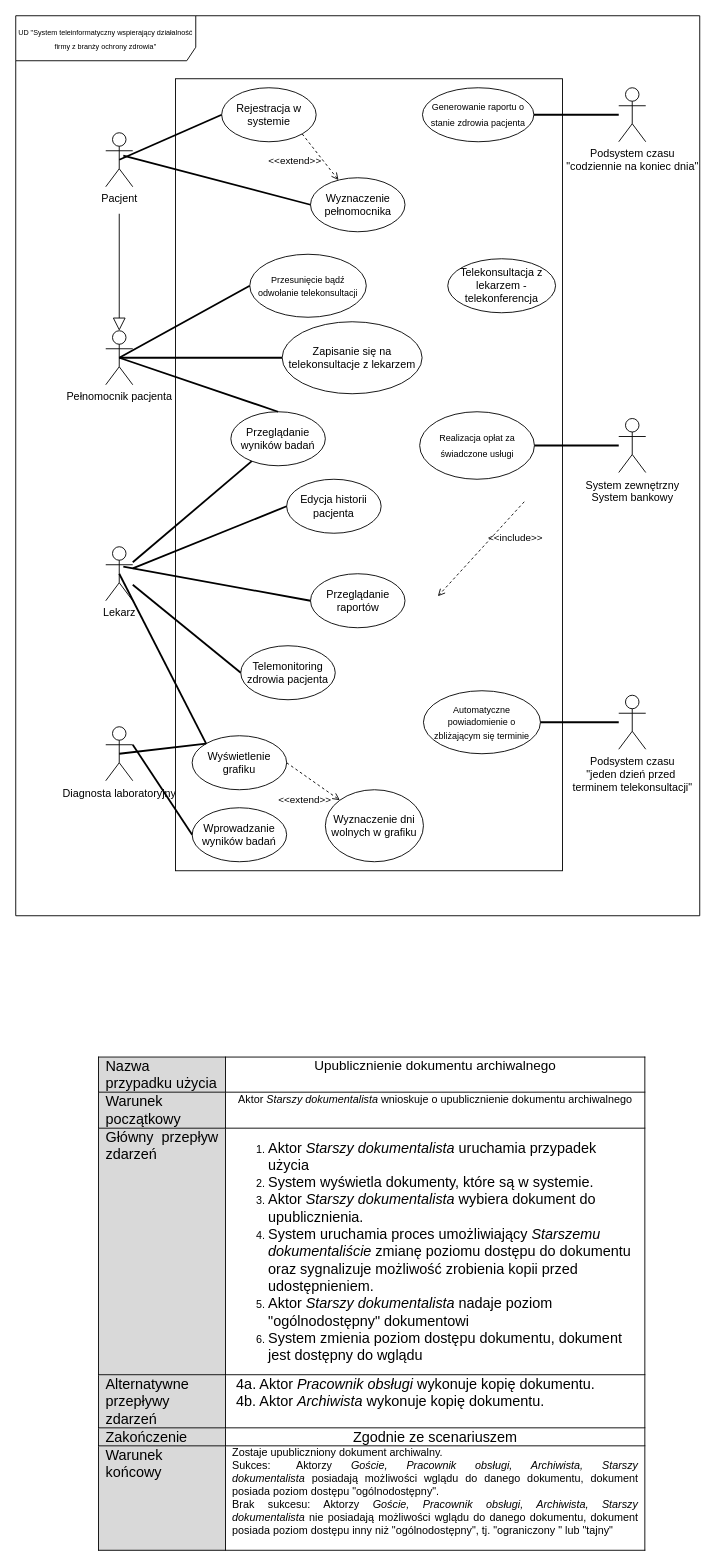
Earlier version of the draw.io diagram du_mateusz_nowacki_z1_2024.drawio (mateusz-nowacki/uml-projects). Source tidied: cells renumbered, new cells numbered last; positions are measured from the earlier drawing's top-left corner, leaving out a move shared by most shapes. Both pictures are drawn from the tidied source at 90%, with x=0, y=0 at pixel (15, 15).
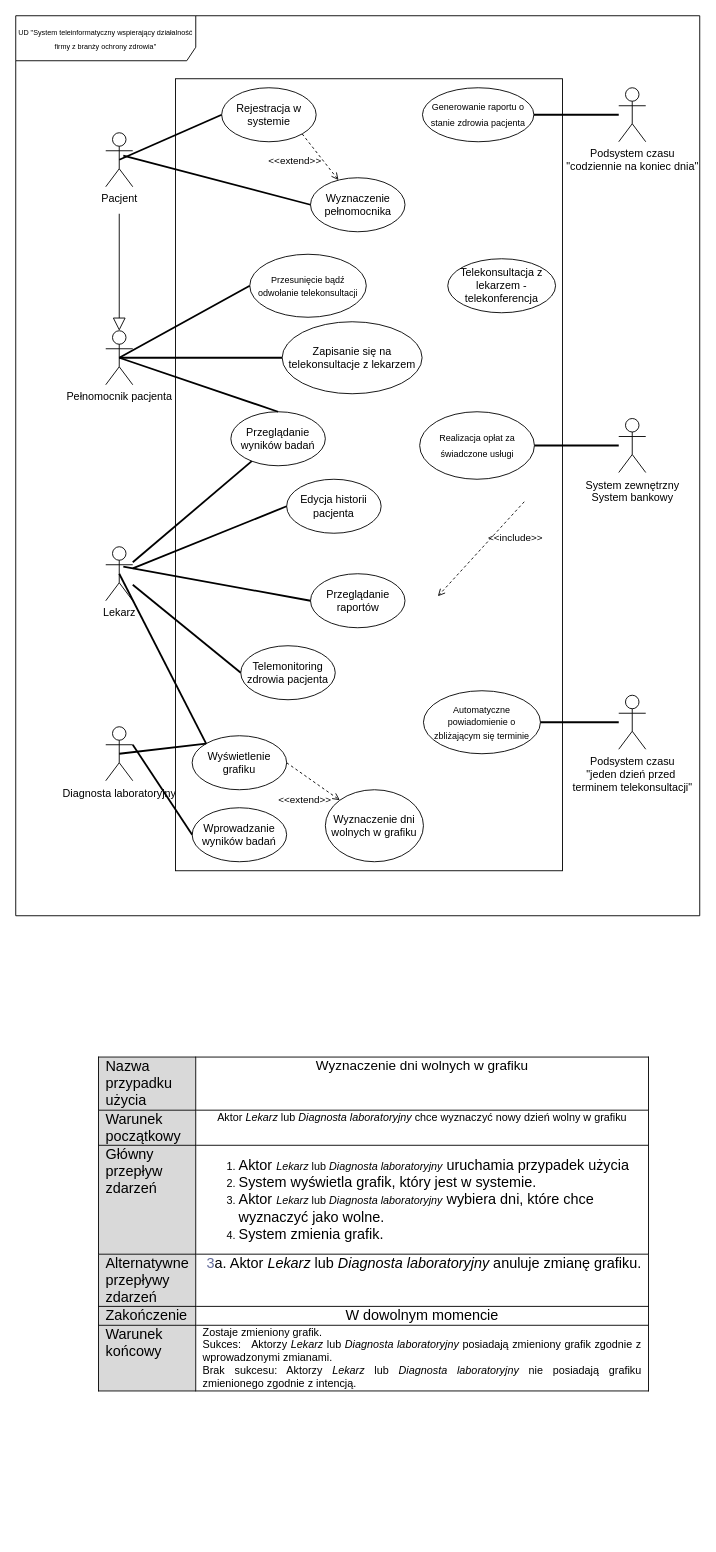
Above is the later version.

The edit, as a diff of the source:
```diff
@@
-    <mxCell id="46" value="&lt;table style=&quot;caret-color: rgb(0, 0, 0); color: rgb(0, 0, 0); font-style: normal; font-variant-caps: normal; font-weight: 400; letter-spacing: normal; text-transform: none; word-spacing: 0px; -webkit-text-stroke-width: 0px; text-decoration: none; border-collapse: collapse;&quot; cellpadding=&quot;0&quot; cellspacing=&quot;0&quot; border=&quot;0&quot; class=&quot;MsoNormalTable&quot;&gt;&lt;tbody&gt;&lt;tr&gt;&lt;td style=&quot;width: 99pt; border: 1pt solid black; background: rgb(217, 217, 217); padding: 0cm 5.4pt;&quot; valign=&quot;top&quot; width=&quot;132&quot;&gt;&lt;p style=&quot;margin: 0cm; font-size: 12pt; font-family: Calibri, sans-serif; text-align: justify;&quot; class=&quot;MsoNormal&quot;&gt;&lt;span style=&quot;font-family: Poppins; color: black;&quot;&gt;Nazwa przypadku użycia&lt;/span&gt;&lt;span style=&quot;font-size: 10pt; font-family: Poppins; color: rgb(100, 108, 154);&quot;&gt;&lt;/span&gt;&lt;/p&gt;&lt;/td&gt;&lt;td style=&quot;text-align: center; width: 354pt; border-width: 1pt 1pt 1pt medium; border-style: solid solid solid none; border-color: black black black currentcolor; border-image: none; padding: 0cm 5.4pt;&quot; valign=&quot;top&quot; width=&quot;472&quot;&gt;&lt;span style=&quot;font-size: 15px;&quot;&gt;Upublicznienie dokumentu archiwalnego&lt;/span&gt;&lt;/td&gt;&lt;/tr&gt;&lt;tr&gt;&lt;td style=&quot;width: 99pt; border-width: medium 1pt 1pt; border-style: none solid solid; border-color: currentcolor black black; border-image: none; background: rgb(217, 217, 217); padding: 0cm 5.4pt;&quot; valign=&quot;top&quot; width=&quot;132&quot;&gt;&lt;p style=&quot;margin: 0cm; font-size: 12pt; font-family: Calibri, sans-serif; text-align: justify;&quot; class=&quot;MsoNormal&quot;&gt;&lt;span style=&quot;font-family: Poppins; color: black;&quot;&gt;Warunek początkowy&lt;/span&gt;&lt;span style=&quot;font-size: 10pt; font-family: Poppins; color: rgb(100, 108, 154);&quot;&gt;&lt;/span&gt;&lt;/p&gt;&lt;/td&gt;&lt;td style=&quot;text-align: center; width: 354pt; border-width: medium 1pt 1pt medium; border-style: none solid solid none; border-color: currentcolor black black currentcolor; padding: 0cm 5.4pt;&quot; valign=&quot;top&quot; width=&quot;472&quot;&gt;Aktor &lt;i&gt;Starszy dokumentalista&lt;/i&gt;&amp;nbsp;wnioskuje o upublicznienie dokumentu archiwalnego&lt;/td&gt;&lt;/tr&gt;&lt;tr&gt;&lt;td style=&quot;width: 99pt; border-width: medium 1pt 1pt; border-style: none solid solid; border-color: currentcolor black black; border-image: none; background: rgb(217, 217, 217); padding: 0cm 5.4pt;&quot; valign=&quot;top&quot; width=&quot;132&quot;&gt;&lt;p style=&quot;margin: 0cm; font-size: 12pt; font-family: Calibri, sans-serif; text-align: justify;&quot; class=&quot;MsoNormal&quot;&gt;&lt;span style=&quot;font-family: Poppins; color: black;&quot;&gt;Główny przepływ zdarzeń&lt;/span&gt;&lt;span style=&quot;font-size: 10pt; font-family: Poppins; color: rgb(100, 108, 154);&quot;&gt;&lt;/span&gt;&lt;/p&gt;&lt;/td&gt;&lt;td style=&quot;width: 354pt; border-width: medium 1pt 1pt medium; border-style: none solid solid none; border-color: currentcolor black black currentcolor; padding: 0cm 5.4pt;&quot; valign=&quot;top&quot; width=&quot;472&quot;&gt;&lt;ol&gt;&lt;li&gt;&lt;font size=&quot;3&quot; face=&quot;Poppins&quot;&gt;Aktor &lt;i&gt;Starszy dokumentalista&lt;/i&gt;&amp;nbsp;uruchamia przypadek użycia&lt;/font&gt;&lt;/li&gt;&lt;li&gt;&lt;font size=&quot;3&quot; face=&quot;Poppins&quot;&gt;System wyświetla dokumenty, które są w systemie.&lt;/font&gt;&lt;/li&gt;&lt;li&gt;&lt;font size=&quot;3&quot; face=&quot;Poppins&quot;&gt;Aktor&amp;nbsp;&lt;i&gt;Starszy dokumentalista&lt;/i&gt;&amp;nbsp;wybiera dokument do upublicznienia.&lt;/font&gt;&lt;/li&gt;&lt;li&gt;&lt;font size=&quot;3&quot; face=&quot;Poppins&quot;&gt;System uruchamia proces umożliwiający &lt;i&gt;Starszemu dokumentaliście&lt;/i&gt; zmianę poziomu dostępu do dokumentu oraz sygnalizuje możliwość zrobienia kopii przed udostępnieniem.&lt;/font&gt;&lt;/li&gt;&lt;li&gt;&lt;font size=&quot;3&quot; face=&quot;Poppins&quot;&gt;Aktor &lt;i&gt;Starszy dokumentalista&lt;/i&gt;&amp;nbsp;nadaje poziom &quot;ogólnodostępny&quot; dokumentowi&lt;/font&gt;&lt;/li&gt;&lt;li&gt;&lt;font size=&quot;3&quot; face=&quot;Poppins&quot;&gt;System zmienia poziom dostępu dokumentu, dokument jest dostępny do wglądu&lt;/font&gt;&lt;/li&gt;&lt;/ol&gt;&lt;/td&gt;&lt;/tr&gt;&lt;tr&gt;&lt;td style=&quot;width: 99pt; border-width: medium 1pt 1pt; border-style: none solid solid; border-color: currentcolor black black; border-image: none; background: rgb(217, 217, 217); padding: 0cm 5.4pt;&quot; valign=&quot;top&quot; width=&quot;132&quot;&gt;&lt;p style=&quot;margin: 0cm; font-size: 12pt; font-family: Calibri, sans-serif; text-align: justify;&quot; class=&quot;MsoNormal&quot;&gt;&lt;span style=&quot;font-family: Poppins; color: black;&quot;&gt;Alternatywne przepływy zdarzeń&lt;/span&gt;&lt;span style=&quot;font-size: 10pt; font-family: Poppins; color: rgb(100, 108, 154);&quot;&gt;&lt;/span&gt;&lt;/p&gt;&lt;/td&gt;&lt;td style=&quot;width: 354pt; border-width: medium 1pt 1pt medium; border-style: none solid solid none; border-color: currentcolor black black currentcolor; padding: 0cm 5.4pt;&quot; valign=&quot;top&quot; width=&quot;472&quot;&gt;&lt;div&gt;&lt;font size=&quot;3&quot; face=&quot;Poppins&quot;&gt;&lt;font style=&quot;white-space: pre;&quot; color=&quot;#646c9a&quot;&gt; &lt;/font&gt;&lt;font style=&quot;white-space: pre;&quot;&gt;4&lt;/font&gt;&lt;span style=&quot;white-space: pre;&quot;&gt;a. Aktor &lt;/span&gt;&lt;i style=&quot;white-space: pre;&quot;&gt;Pracownik obsługi&lt;/i&gt; &lt;span style=&quot;white-space: pre;&quot;&gt;wykonuje&lt;/span&gt;&amp;nbsp;kopię dokumentu&lt;span style=&quot;white-space: pre;&quot;&gt;.&lt;/span&gt;&lt;br&gt;&lt;/font&gt;&lt;/div&gt;&lt;div&gt;&lt;font size=&quot;3&quot; face=&quot;Poppins&quot;&gt;&lt;span style=&quot;white-space: pre;&quot;&gt;&lt;span style=&quot;white-space: pre;&quot;&gt; 4b. Aktor &lt;i&gt;Archiwista &lt;/i&gt;wykonuje kopię dokumentu.&lt;/span&gt;&lt;font color=&quot;#646c9a&quot;&gt;&lt;br&gt;&lt;/font&gt;&lt;/span&gt;&lt;/font&gt;&lt;/div&gt;&lt;/td&gt;&lt;/tr&gt;&lt;tr&gt;&lt;td style=&quot;width: 99pt; border-width: medium 1pt 1pt; border-style: none solid solid; border-color: currentcolor black black; border-image: none; background: rgb(217, 217, 217); padding: 0cm 5.4pt;&quot; valign=&quot;top&quot; width=&quot;132&quot;&gt;&lt;p style=&quot;margin: 0cm; font-size: 12pt; font-family: Calibri, sans-serif; text-align: justify;&quot; class=&quot;MsoNormal&quot;&gt;&lt;span style=&quot;font-family: Poppins; color: black;&quot;&gt;Zakończenie&lt;/span&gt;&lt;span style=&quot;font-size: 10pt; font-family: Poppins; color: rgb(100, 108, 154);&quot;&gt;&lt;/span&gt;&lt;/p&gt;&lt;/td&gt;&lt;td style=&quot;text-align: center; width: 354pt; border-width: medium 1pt 1pt medium; border-style: none solid solid none; border-color: currentcolor black black currentcolor; padding: 0cm 5.4pt;&quot; valign=&quot;top&quot; width=&quot;472&quot;&gt;&lt;font size=&quot;3&quot; face=&quot;Poppins&quot;&gt;Zgodnie ze scenariuszem&lt;/font&gt;&lt;/td&gt;&lt;/tr&gt;&lt;tr&gt;&lt;td style=&quot;width: 99pt; border-width: medium 1pt 1pt; border-style: none solid solid; border-color: currentcolor black black; border-image: none; background: rgb(217, 217, 217); padding: 0cm 5.4pt;&quot; valign=&quot;top&quot; width=&quot;132&quot;&gt;&lt;p style=&quot;margin: 0cm; font-size: 12pt; font-family: Calibri, sans-serif; text-align: justify;&quot; class=&quot;MsoNormal&quot;&gt;&lt;span style=&quot;font-family: Poppins; color: black;&quot;&gt;Warunek końcowy&lt;/span&gt;&lt;span style=&quot;font-size: 10pt; font-family: Poppins; color: rgb(100, 108, 154);&quot;&gt;&lt;/span&gt;&lt;/p&gt;&lt;/td&gt;&lt;td style=&quot;text-align: justify; width: 354pt; border-width: medium 1pt 1pt medium; border-style: none solid solid none; border-color: currentcolor black black currentcolor; padding: 0cm 5.4pt;&quot; valign=&quot;top&quot; width=&quot;472&quot;&gt;Zostaje upubliczniony dokument archiwalny.&lt;br&gt;Sukces:&lt;span style=&quot;white-space: pre;&quot;&gt;&#9;&lt;/span&gt;Aktorzy &lt;i&gt;Goście, Pracownik obsługi, Archiwista, Starszy dokumentalista&lt;/i&gt;&amp;nbsp;posiadają możliwości wglądu do danego dokumentu, dokument posiada poziom dostępu &quot;ogólnodostępny&quot;.&lt;br&gt;Brak sukcesu: Aktorzy&amp;nbsp;&lt;i&gt;Goście, Pracownik obsługi, Archiwista, Starszy dokumentalista&lt;/i&gt;&amp;nbsp;nie posiadają możliwości wglądu do danego dokumentu, dokument posiada poziom dostępu inny niż &quot;ogólnodostępny&quot;, tj. &quot;ograniczony &quot; lub &quot;tajny&quot;&lt;br&gt;&lt;br&gt;&lt;/td&gt;&lt;/tr&gt;&lt;/tbody&gt;&lt;/table&gt;" style="text;whiteSpace=wrap;html=1;" parent="1" vertex="1">
+    <mxCell id="46" value="&lt;table style=&quot;caret-color: rgb(0, 0, 0); color: rgb(0, 0, 0); font-style: normal; font-variant-caps: normal; font-weight: 400; letter-spacing: normal; text-transform: none; word-spacing: 0px; -webkit-text-stroke-width: 0px; text-decoration: none; border-collapse: collapse;&quot; cellpadding=&quot;0&quot; cellspacing=&quot;0&quot; border=&quot;0&quot; class=&quot;MsoNormalTable&quot;&gt;&lt;tbody&gt;&lt;tr&gt;&lt;td style=&quot;width: 99pt; border: 1pt solid black; background: rgb(217, 217, 217); padding: 0cm 5.4pt;&quot; valign=&quot;top&quot; width=&quot;132&quot;&gt;&lt;p style=&quot;margin: 0cm; font-size: 12pt; font-family: Calibri, sans-serif; text-align: justify;&quot; class=&quot;MsoNormal&quot;&gt;&lt;span style=&quot;font-family: Poppins; color: black;&quot;&gt;Nazwa przypadku użycia&lt;/span&gt;&lt;span style=&quot;font-size: 10pt; font-family: Poppins; color: rgb(100, 108, 154);&quot;&gt;&lt;/span&gt;&lt;/p&gt;&lt;/td&gt;&lt;td style=&quot;text-align: center; width: 354pt; border-width: 1pt 1pt 1pt medium; border-style: solid solid solid none; border-color: black black black currentcolor; border-image: none; padding: 0cm 5.4pt;&quot; valign=&quot;top&quot; width=&quot;472&quot;&gt;&lt;span style=&quot;font-size: 15px;&quot;&gt;Wyznaczenie dni wolnych w grafiku&lt;/span&gt;&lt;/td&gt;&lt;/tr&gt;&lt;tr&gt;&lt;td style=&quot;width: 99pt; border-width: medium 1pt 1pt; border-style: none solid solid; border-color: currentcolor black black; border-image: none; background: rgb(217, 217, 217); padding: 0cm 5.4pt;&quot; valign=&quot;top&quot; width=&quot;132&quot;&gt;&lt;p style=&quot;margin: 0cm; font-size: 12pt; font-family: Calibri, sans-serif; text-align: justify;&quot; class=&quot;MsoNormal&quot;&gt;&lt;span style=&quot;font-family: Poppins; color: black;&quot;&gt;Warunek początkowy&lt;/span&gt;&lt;span style=&quot;font-size: 10pt; font-family: Poppins; color: rgb(100, 108, 154);&quot;&gt;&lt;/span&gt;&lt;/p&gt;&lt;/td&gt;&lt;td style=&quot;text-align: center; width: 354pt; border-width: medium 1pt 1pt medium; border-style: none solid solid none; border-color: currentcolor black black currentcolor; padding: 0cm 5.4pt;&quot; valign=&quot;top&quot; width=&quot;472&quot;&gt;Aktor &lt;i&gt;Lekarz &lt;/i&gt;lub &lt;i&gt;Diagnosta laboratoryjny&lt;/i&gt;&amp;nbsp;chce wyznaczyć nowy dzień wolny w grafiku&lt;/td&gt;&lt;/tr&gt;&lt;tr&gt;&lt;td style=&quot;width: 99pt; border-width: medium 1pt 1pt; border-style: none solid solid; border-color: currentcolor black black; border-image: none; background: rgb(217, 217, 217); padding: 0cm 5.4pt;&quot; valign=&quot;top&quot; width=&quot;132&quot;&gt;&lt;p style=&quot;margin: 0cm; font-size: 12pt; font-family: Calibri, sans-serif; text-align: justify;&quot; class=&quot;MsoNormal&quot;&gt;&lt;span style=&quot;font-family: Poppins; color: black;&quot;&gt;Główny przepływ zdarzeń&lt;/span&gt;&lt;span style=&quot;font-size: 10pt; font-family: Poppins; color: rgb(100, 108, 154);&quot;&gt;&lt;/span&gt;&lt;/p&gt;&lt;/td&gt;&lt;td style=&quot;width: 354pt; border-width: medium 1pt 1pt medium; border-style: none solid solid none; border-color: currentcolor black black currentcolor; padding: 0cm 5.4pt;&quot; valign=&quot;top&quot; width=&quot;472&quot;&gt;&lt;ol&gt;&lt;li&gt;&lt;font size=&quot;3&quot; face=&quot;Poppins&quot;&gt;Aktor&amp;nbsp;&lt;i style=&quot;font-family: Helvetica; font-size: 12px; text-align: center;&quot;&gt;Lekarz&amp;nbsp;&lt;/i&gt;&lt;span style=&quot;font-family: Helvetica; font-size: 12px; text-align: center;&quot;&gt;lub&amp;nbsp;&lt;/span&gt;&lt;i style=&quot;font-family: Helvetica; font-size: 12px; text-align: center;&quot;&gt;Diagnosta laboratoryjny&lt;/i&gt;&amp;nbsp;uruchamia przypadek użycia&lt;/font&gt;&lt;/li&gt;&lt;li&gt;&lt;font size=&quot;3&quot; face=&quot;Poppins&quot;&gt;System wyświetla grafik, który jest w systemie.&lt;/font&gt;&lt;/li&gt;&lt;li&gt;&lt;font size=&quot;3&quot; face=&quot;Poppins&quot;&gt;Aktor&amp;nbsp;&lt;i style=&quot;font-family: Helvetica; font-size: 12px; text-align: center;&quot;&gt;Lekarz&amp;nbsp;&lt;/i&gt;&lt;span style=&quot;font-family: Helvetica; font-size: 12px; text-align: center;&quot;&gt;lub&amp;nbsp;&lt;/span&gt;&lt;i style=&quot;font-family: Helvetica; font-size: 12px; text-align: center;&quot;&gt;Diagnosta laboratoryjny&lt;/i&gt;&amp;nbsp;wybiera dni, które chce wyznaczyć jako wolne.&lt;/font&gt;&lt;/li&gt;&lt;li&gt;&lt;font size=&quot;3&quot; face=&quot;Poppins&quot;&gt;System zmienia grafik.&lt;/font&gt;&lt;/li&gt;&lt;/ol&gt;&lt;/td&gt;&lt;/tr&gt;&lt;tr&gt;&lt;td style=&quot;width: 99pt; border-width: medium 1pt 1pt; border-style: none solid solid; border-color: currentcolor black black; border-image: none; background: rgb(217, 217, 217); padding: 0cm 5.4pt;&quot; valign=&quot;top&quot; width=&quot;132&quot;&gt;&lt;p style=&quot;margin: 0cm; font-size: 12pt; font-family: Calibri, sans-serif; text-align: justify;&quot; class=&quot;MsoNormal&quot;&gt;&lt;span style=&quot;font-family: Poppins; color: black;&quot;&gt;Alternatywne przepływy zdarzeń&lt;/span&gt;&lt;span style=&quot;font-size: 10pt; font-family: Poppins; color: rgb(100, 108, 154);&quot;&gt;&lt;/span&gt;&lt;/p&gt;&lt;/td&gt;&lt;td style=&quot;width: 354pt; border-width: medium 1pt 1pt medium; border-style: none solid solid none; border-color: currentcolor black black currentcolor; padding: 0cm 5.4pt;&quot; valign=&quot;top&quot; width=&quot;472&quot;&gt;&lt;div&gt;&lt;font size=&quot;3&quot; face=&quot;Poppins&quot;&gt;&lt;font style=&quot;white-space: pre;&quot; color=&quot;#646c9a&quot;&gt; 3&lt;/font&gt;&lt;span style=&quot;white-space: pre;&quot;&gt;a. Aktor &lt;i&gt;Lekarz &lt;/i&gt;lub &lt;i&gt;Diagnosta laboratoryjny&lt;/i&gt; anuluje zmianę grafiku.&lt;/span&gt;&lt;/font&gt;&lt;/div&gt;&lt;/td&gt;&lt;/tr&gt;&lt;tr&gt;&lt;td style=&quot;width: 99pt; border-width: medium 1pt 1pt; border-style: none solid solid; border-color: currentcolor black black; border-image: none; background: rgb(217, 217, 217); padding: 0cm 5.4pt;&quot; valign=&quot;top&quot; width=&quot;132&quot;&gt;&lt;p style=&quot;margin: 0cm; font-size: 12pt; font-family: Calibri, sans-serif; text-align: justify;&quot; class=&quot;MsoNormal&quot;&gt;&lt;span style=&quot;font-family: Poppins; color: black;&quot;&gt;Zakończenie&lt;/span&gt;&lt;span style=&quot;font-size: 10pt; font-family: Poppins; color: rgb(100, 108, 154);&quot;&gt;&lt;/span&gt;&lt;/p&gt;&lt;/td&gt;&lt;td style=&quot;text-align: center; width: 354pt; border-width: medium 1pt 1pt medium; border-style: none solid solid none; border-color: currentcolor black black currentcolor; padding: 0cm 5.4pt;&quot; valign=&quot;top&quot; width=&quot;472&quot;&gt;&lt;font size=&quot;3&quot; face=&quot;Poppins&quot;&gt;W dowolnym momencie&lt;/font&gt;&lt;/td&gt;&lt;/tr&gt;&lt;tr&gt;&lt;td style=&quot;width: 99pt; border-width: medium 1pt 1pt; border-style: none solid solid; border-color: currentcolor black black; border-image: none; background: rgb(217, 217, 217); padding: 0cm 5.4pt;&quot; valign=&quot;top&quot; width=&quot;132&quot;&gt;&lt;p style=&quot;margin: 0cm; font-size: 12pt; font-family: Calibri, sans-serif; text-align: justify;&quot; class=&quot;MsoNormal&quot;&gt;&lt;span style=&quot;font-family: Poppins; color: black;&quot;&gt;Warunek końcowy&lt;/span&gt;&lt;span style=&quot;font-size: 10pt; font-family: Poppins; color: rgb(100, 108, 154);&quot;&gt;&lt;/span&gt;&lt;/p&gt;&lt;/td&gt;&lt;td style=&quot;text-align: justify; width: 354pt; border-width: medium 1pt 1pt medium; border-style: none solid solid none; border-color: currentcolor black black currentcolor; padding: 0cm 5.4pt;&quot; valign=&quot;top&quot; width=&quot;472&quot;&gt;Zostaje zmieniony grafik.&lt;br&gt;Sukces:&lt;span style=&quot;white-space: pre;&quot;&gt;&#9;&lt;/span&gt;Aktorzy&amp;nbsp;&lt;i style=&quot;text-align: center;&quot;&gt;Lekarz&amp;nbsp;&lt;/i&gt;&lt;span style=&quot;text-align: center;&quot;&gt;lub&amp;nbsp;&lt;/span&gt;&lt;i style=&quot;text-align: center;&quot;&gt;Diagnosta laboratoryjny&lt;/i&gt;&lt;span style=&quot;text-align: center;&quot;&gt;&amp;nbsp;posiadają zmieniony grafik zgodnie z wprowadzonymi zmianami.&lt;/span&gt;&lt;br&gt;Brak sukcesu: Aktorzy&amp;nbsp;&lt;i style=&quot;text-align: center;&quot;&gt;Lekarz&amp;nbsp;&lt;/i&gt;&lt;span style=&quot;text-align: center;&quot;&gt;lub&amp;nbsp;&lt;/span&gt;&lt;i style=&quot;text-align: center;&quot;&gt;Diagnosta laboratoryjny &lt;/i&gt;&lt;span style=&quot;text-align: center;&quot;&gt;nie posiadają grafiku zmienionego zgodnie z intencją.&lt;/span&gt;&lt;br&gt;&lt;/td&gt;&lt;/tr&gt;&lt;/tbody&gt;&lt;/table&gt;" style="text;whiteSpace=wrap;html=1;" parent="1" vertex="1">
       <mxGeometry x="90" y="1150" width="610" height="500" as="geometry" />
     </mxCell>
```
